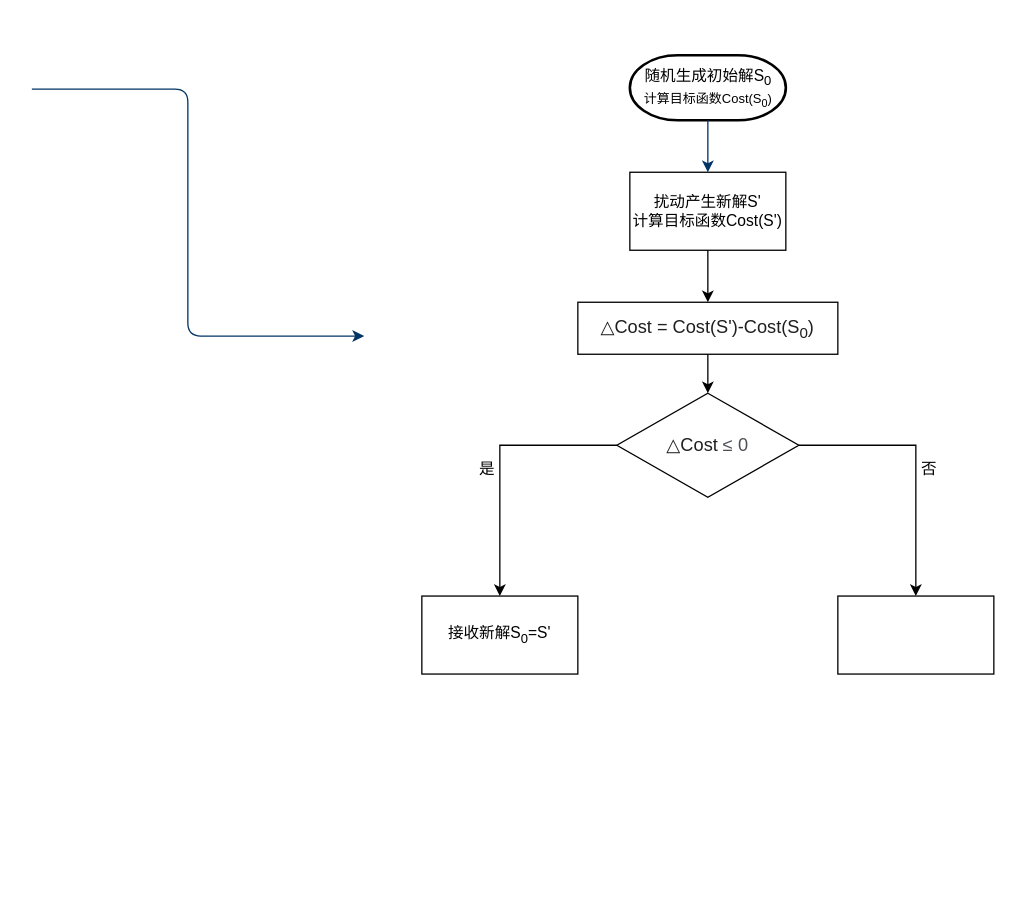
Above: 模拟退火.drawio in BuerH/Test (draw.io), before the change. Source tidied: cells renumbered, new cells numbered last; positions are measured from the earlier drawing's top-left corner, leaving out a move shared by most shapes. Both pictures are drawn from the tidied source at 130%, with x=0, y=0 at pixel (31, 55).
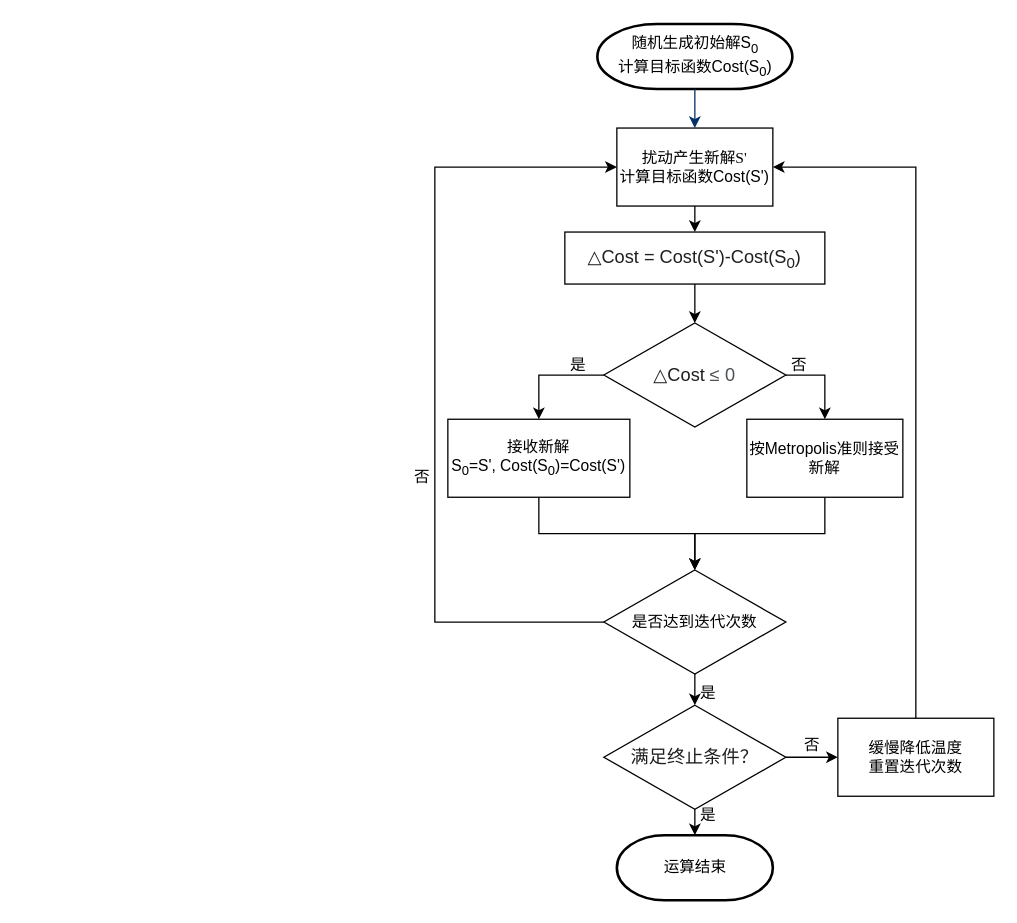
The same diagram, later.

Commit message (it also covers changes not shown here):
更新模拟退火.drawio

Change to the diagram source:
```diff
@@
-    <mxCell id="2" value="随机生成初始解S&lt;sub&gt;0&lt;/sub&gt;&lt;div&gt;&lt;span style=&quot;font-size: 10px;&quot;&gt;计算目标函数Cost(S&lt;sub&gt;0&lt;/sub&gt;)&lt;/span&gt;&lt;/div&gt;" style="shape=mxgraph.flowchart.terminator;strokeWidth=2;gradientColor=none;gradientDirection=north;fontStyle=0;html=1;" parent="1" vertex="1">
-      <mxGeometry x="460" width="120" height="50" as="geometry" />
+    <mxCell id="2" value="随机生成初始解S&lt;sub&gt;0&lt;/sub&gt;&lt;div&gt;计算目标函数Cost(S&lt;sub&gt;0&lt;/sub&gt;)&lt;/div&gt;" style="shape=mxgraph.flowchart.terminator;strokeWidth=2;gradientColor=none;gradientDirection=north;fontStyle=0;html=1;" parent="1" vertex="1">
+      <mxGeometry x="435" y="-24" width="150" height="50" as="geometry" />
     </mxCell>
     <mxCell id="3" style="fontStyle=1;strokeColor=#003366;strokeWidth=1;html=1;" parent="1" edge="1" source="2">
       <mxGeometry relative="1" as="geometry">
-        <mxPoint x="520" y="90" as="targetPoint" />
+        <mxPoint x="510" y="56" as="targetPoint" />
       </mxGeometry>
     </mxCell>
-    <mxCell id="4" style="edgeStyle=elbowEdgeStyle;elbow=horizontal;exitX=0;exitY=0.5;exitPerimeter=0;entryX=0.095;entryY=0.5;entryPerimeter=0;fontStyle=1;strokeColor=#003366;strokeWidth=1;html=1;" parent="1" edge="1">
-      <mxGeometry as="geometry">
-        <mxPoint y="26" as="sourcePoint" />
-        <mxPoint x="255.6" y="216" as="targetPoint" />
-        <Array as="points">
-          <mxPoint x="120" y="896" />
-        </Array>
-      </mxGeometry>
-    </mxCell>
-    <mxCell id="5" value="扰动产生新解S'&lt;div&gt;计算目标函数Cost(S')&lt;/div&gt;" style="rounded=0;whiteSpace=wrap;html=1;" parent="1" vertex="1">
-      <mxGeometry x="460" y="90" width="120" height="60" as="geometry" />
+    <mxCell id="5" value="&lt;font face=&quot;Times New Roman&quot;&gt;扰动产生新解S'&lt;/font&gt;&lt;div&gt;&lt;font face=&quot;ykNVc5yLoHhg_QcxH_yE&quot;&gt;计算目标函数Cost(S')&lt;/font&gt;&lt;/div&gt;" style="rounded=0;whiteSpace=wrap;html=1;" parent="1" vertex="1">
+      <mxGeometry x="450" y="56" width="120" height="60" as="geometry" />
     </mxCell>
     <mxCell id="6" style="endArrow=classic;html=1;rounded=0;exitX=0.5;exitY=1;exitDx=0;exitDy=0;" parent="1" edge="1" source="5">
       <mxGeometry relative="1" as="geometry">
-        <mxPoint x="520" y="190" as="targetPoint" />
+        <mxPoint x="510" y="136" as="targetPoint" />
       </mxGeometry>
     </mxCell>
@@
     <mxCell id="8" value="&lt;span style=&quot;color: rgb(31, 31, 31); font-family: Arial, sans-serif; font-size: 14px; text-align: left; background-color: rgb(255, 255, 255);&quot;&gt;△Cost = Cost(S')-Cost(S&lt;sub&gt;0&lt;/sub&gt;)&lt;/span&gt;" style="rounded=0;whiteSpace=wrap;html=1;" parent="1" vertex="1">
-      <mxGeometry x="420" y="190" width="200" height="40" as="geometry" />
+      <mxGeometry x="410" y="136" width="200" height="40" as="geometry" />
     </mxCell>
@@
     <mxCell id="11" value="&lt;span style=&quot;color: rgb(31, 31, 31); font-family: Arial, sans-serif; font-size: 14px; text-align: left; background-color: rgb(255, 255, 255);&quot;&gt;△Cost&amp;nbsp;&lt;/span&gt;&lt;span style=&quot;color: rgb(77, 81, 86); font-family: Arial, sans-serif; font-size: 14px; text-align: left; background-color: rgb(255, 255, 255);&quot;&gt;≤ 0&lt;/span&gt;" style="rhombus;whiteSpace=wrap;html=1;" parent="1" vertex="1">
-      <mxGeometry x="450" y="260" width="140" height="80" as="geometry" />
+      <mxGeometry x="440" y="206" width="140" height="80" as="geometry" />
     </mxCell>
+    <mxCell id="16" style="edgeStyle=orthogonalEdgeStyle;rounded=0;jettySize=auto;html=1;exitX=0.5;exitY=1;exitDx=0;exitDy=0;" parent="1" edge="1" source="12" target="20">
+      <mxGeometry relative="1" as="geometry" />
+    </mxCell>
-    <mxCell id="12" value="接收新解S&lt;sub&gt;0&lt;/sub&gt;=S'" style="rounded=0;whiteSpace=wrap;html=1;" parent="1" vertex="1">
-      <mxGeometry x="300" y="416" width="120" height="60" as="geometry" />
+    <mxCell id="12" value="接收新解&lt;div&gt;S&lt;sub&gt;0&lt;/sub&gt;=S', Cost(S&lt;sub&gt;0&lt;/sub&gt;)=Cost(S')&lt;/div&gt;" style="rounded=0;whiteSpace=wrap;html=1;" parent="1" vertex="1">
+      <mxGeometry x="320" y="280" width="140" height="60" as="geometry" />
     </mxCell>
+    <mxCell id="17" style="edgeStyle=orthogonalEdgeStyle;rounded=0;jettySize=auto;html=1;exitX=0.5;exitY=1;exitDx=0;exitDy=0;entryX=0.5;entryY=0;entryDx=0;entryDy=0;" parent="1" edge="1" source="13" target="20">
+      <mxGeometry relative="1" as="geometry" />
+    </mxCell>
-    <mxCell id="13" style="rounded=0;whiteSpace=wrap;html=1;" parent="1" vertex="1">
-      <mxGeometry x="620" y="416" width="120" height="60" as="geometry" />
+    <mxCell id="13" value="按Metropolis准则接受新解" style="rounded=0;whiteSpace=wrap;html=1;" parent="1" vertex="1">
+      <mxGeometry x="550" y="280" width="120" height="60" as="geometry" />
     </mxCell>
-    <mxCell id="14" value="是" style="text;html=1;align=center;verticalAlign=middle;strokeColor=none;fillColor=none;" parent="1" vertex="1">
-      <mxGeometry x="330" y="304" width="40" height="30" as="geometry" />
-    </mxCell>
-    <mxCell id="15" value="否" style="text;html=1;align=center;verticalAlign=middle;strokeColor=none;fillColor=none;" parent="1" vertex="1">
-      <mxGeometry x="670" y="304" width="40" height="30" as="geometry" />
-    </mxCell>
+    <mxCell id="18" style="edgeStyle=orthogonalEdgeStyle;rounded=0;jettySize=auto;html=1;exitX=0;exitY=0.5;exitDx=0;exitDy=0;entryX=0;entryY=0.5;entryDx=0;entryDy=0;" parent="1" edge="1" source="20" target="5">
+      <mxGeometry relative="1" as="geometry">
+        <Array as="points">
+          <mxPoint x="310" y="436" />
+          <mxPoint x="310" y="86" />
+        </Array>
+      </mxGeometry>
+    </mxCell>
+    <mxCell id="19" style="edgeStyle=orthogonalEdgeStyle;rounded=0;jettySize=auto;html=1;exitX=0.5;exitY=1;exitDx=0;exitDy=0;entryX=0.5;entryY=0;entryDx=0;entryDy=0;" parent="1" edge="1" source="20" target="22">
+      <mxGeometry relative="1" as="geometry" />
+    </mxCell>
+    <mxCell id="20" value="是否达到迭代次数" style="rhombus;whiteSpace=wrap;html=1;" parent="1" vertex="1">
+      <mxGeometry x="440" y="396" width="140" height="80" as="geometry" />
+    </mxCell>
+    <mxCell id="21" style="edgeStyle=orthogonalEdgeStyle;rounded=0;jettySize=auto;html=1;exitX=1;exitY=0.5;exitDx=0;exitDy=0;entryX=0;entryY=0.5;entryDx=0;entryDy=0;" parent="1" edge="1" source="22" target="29">
+      <mxGeometry relative="1" as="geometry" />
+    </mxCell>
+    <mxCell id="22" value="&lt;div style=&quot;text-align: left;&quot;&gt;&lt;font face=&quot;Arial, sans-serif&quot; color=&quot;#1f1f1f&quot;&gt;&lt;span style=&quot;font-size: 14px; background-color: rgb(255, 255, 255);&quot;&gt;满足终止条件？&lt;/span&gt;&lt;/font&gt;&lt;/div&gt;" style="rhombus;whiteSpace=wrap;html=1;" parent="1" vertex="1">
+      <mxGeometry x="440" y="500" width="140" height="80" as="geometry" />
+    </mxCell>
+    <mxCell id="23" value="是" style="text;html=1;align=center;verticalAlign=middle;strokeColor=none;fillColor=none;" parent="1" vertex="1">
+      <mxGeometry x="500" y="476" width="40" height="30" as="geometry" />
+    </mxCell>
+    <mxCell id="24" value="否" style="text;html=1;align=center;verticalAlign=middle;strokeColor=none;fillColor=none;" parent="1" vertex="1">
+      <mxGeometry x="280" y="310" width="40" height="30" as="geometry" />
+    </mxCell>
+    <mxCell id="25" value="运算结束" style="shape=mxgraph.flowchart.terminator;strokeWidth=2;gradientColor=none;gradientDirection=north;fontStyle=0;html=1;" parent="1" vertex="1">
+      <mxGeometry x="450" y="600" width="120" height="50" as="geometry" />
+    </mxCell>
+    <mxCell id="26" style="edgeStyle=orthogonalEdgeStyle;rounded=0;jettySize=auto;html=1;exitX=0.5;exitY=1;exitDx=0;exitDy=0;entryX=0.5;entryY=0;entryDx=0;entryDy=0;entryPerimeter=0;" parent="1" edge="1" source="22" target="25">
+      <mxGeometry relative="1" as="geometry" />
+    </mxCell>
+    <mxCell id="27" value="是" style="text;html=1;align=center;verticalAlign=middle;strokeColor=none;fillColor=none;" parent="1" vertex="1">
+      <mxGeometry x="500" y="570" width="40" height="30" as="geometry" />
+    </mxCell>
+    <mxCell id="28" style="edgeStyle=orthogonalEdgeStyle;rounded=0;jettySize=auto;html=1;exitX=0.5;exitY=0;exitDx=0;exitDy=0;entryX=1;entryY=0.5;entryDx=0;entryDy=0;" parent="1" edge="1" source="29" target="5">
+      <mxGeometry relative="1" as="geometry">
+        <Array as="points">
+          <mxPoint x="680" y="510" />
+          <mxPoint x="680" y="86" />
+        </Array>
+      </mxGeometry>
+    </mxCell>
+    <mxCell id="29" value="缓慢降低温度&lt;div&gt;重置迭代次数&lt;/div&gt;" style="rounded=0;whiteSpace=wrap;html=1;" parent="1" vertex="1">
+      <mxGeometry x="620" y="510" width="120" height="60" as="geometry" />
+    </mxCell>
+    <mxCell id="30" value="否" style="text;html=1;align=center;verticalAlign=middle;strokeColor=none;fillColor=none;" parent="1" vertex="1">
+      <mxGeometry x="580" y="516" width="40" height="30" as="geometry" />
+    </mxCell>
+    <mxCell id="31" value="是" style="text;html=1;align=center;verticalAlign=middle;strokeColor=none;fillColor=none;" parent="1" vertex="1">
+      <mxGeometry x="400" y="224" width="40" height="30" as="geometry" />
+    </mxCell>
+    <mxCell id="32" value="否" style="text;html=1;align=center;verticalAlign=middle;strokeColor=none;fillColor=none;" parent="1" vertex="1">
+      <mxGeometry x="570" y="224" width="40" height="30" as="geometry" />
+    </mxCell>
```
